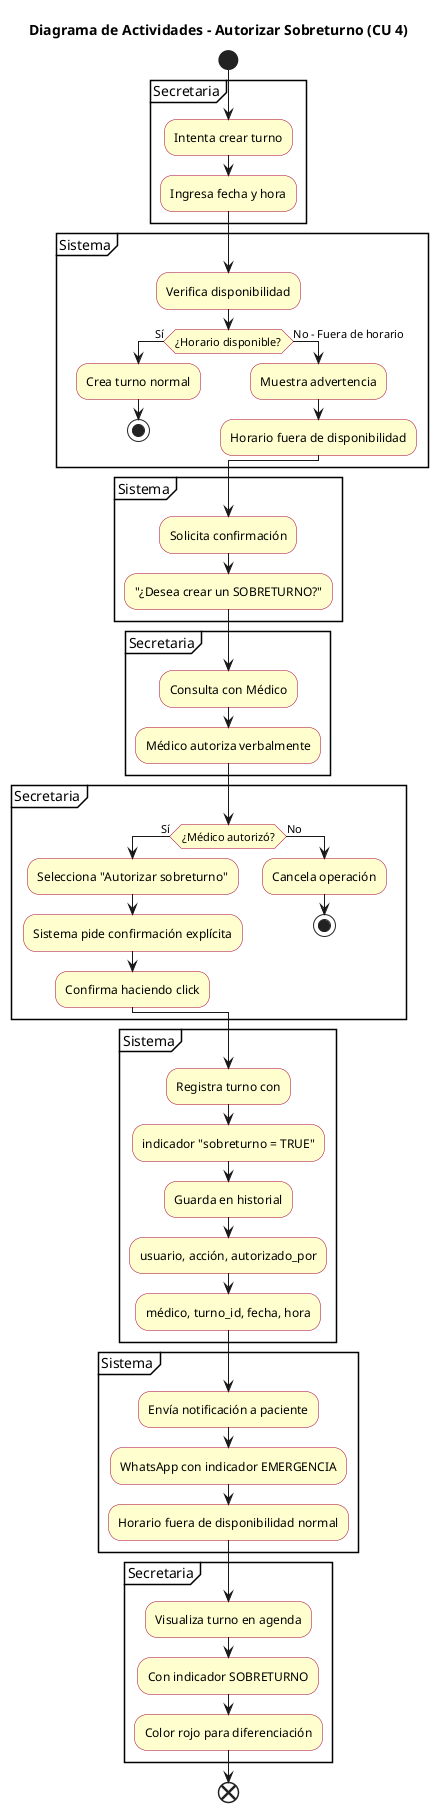
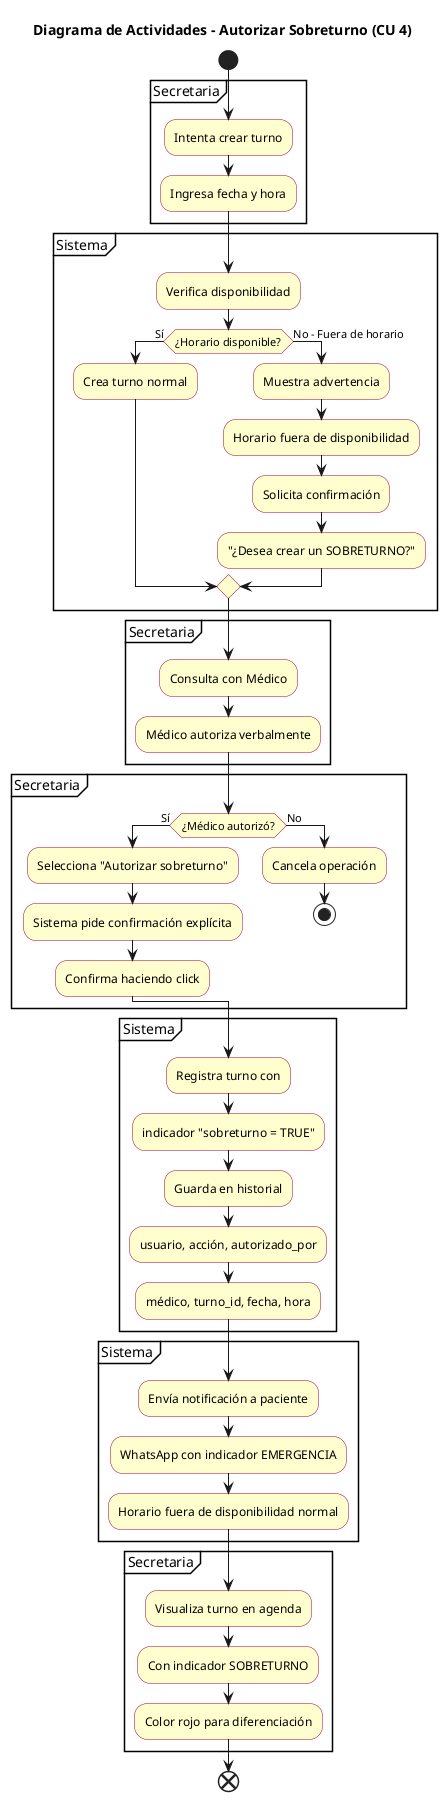
- @startuml 04-actividad-autorizar-sobreturno-caso-uso-04
+ @startuml
title Diagrama de Actividades - Autorizar Sobreturno (CU 4)

skinparam ActivityBackgroundColor #FEFECE
skinparam ActivityBorderColor #A80036
skinparam ActivityFontColor #000000

start
partition Secretaria {
  :Intenta crear turno;
  :Ingresa fecha y hora;
}

partition Sistema {
  :Verifica disponibilidad;
  if (¿Horario disponible?) then (Sí)
    :Crea turno normal;
-     stop
  else (No - Fuera de horario)
    :Muestra advertencia;
    :Horario fuera de disponibilidad;
+     :Solicita confirmación;
+     :"¿Desea crear un SOBRETURNO?";
  endif
- }
- 
- partition Sistema {
-   :Solicita confirmación;
-   :"¿Desea crear un SOBRETURNO?";
}

partition Secretaria {
  :Consulta con Médico;
  :Médico autoriza verbalmente;
}

partition Secretaria {
  if (¿Médico autorizó?) then (Sí)
    :Selecciona "Autorizar sobreturno";
    :Sistema pide confirmación explícita;
    :Confirma haciendo click;
  else (No)
    :Cancela operación;
    stop
  endif
}

partition Sistema {
  :Registra turno con;
  :indicador "sobreturno = TRUE";
  :Guarda en historial;
  :usuario, acción, autorizado_por;
  :médico, turno_id, fecha, hora;
}

partition Sistema {
  :Envía notificación a paciente;
  :WhatsApp con indicador EMERGENCIA;
  :Horario fuera de disponibilidad normal;
}

partition Secretaria {
  :Visualiza turno en agenda;
  :Con indicador SOBRETURNO;
  :Color rojo para diferenciación;
}

end
@enduml
